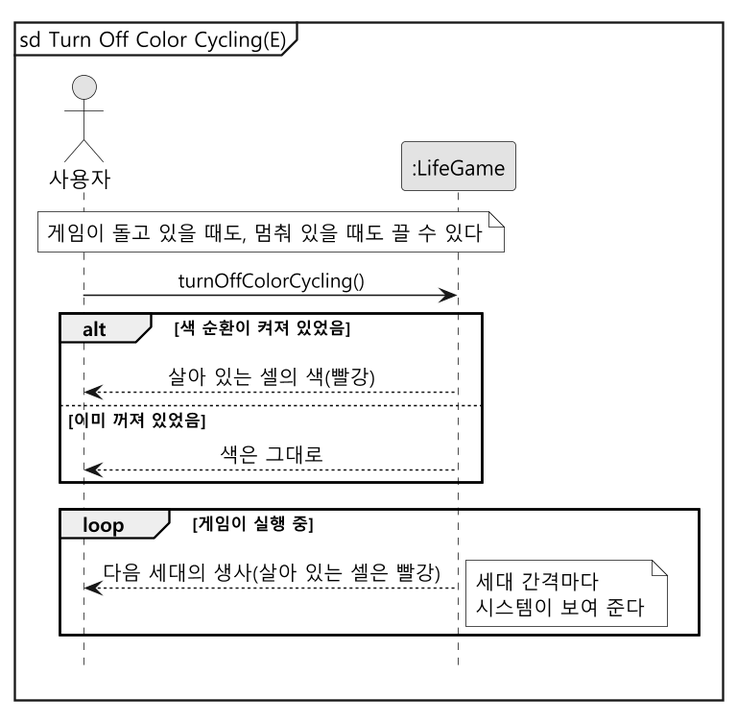
Before: docs/color-gen/diagrams/ssd-turn-off.png, a diagram exported from PlantUML (mckimR1972/DP_team_project).
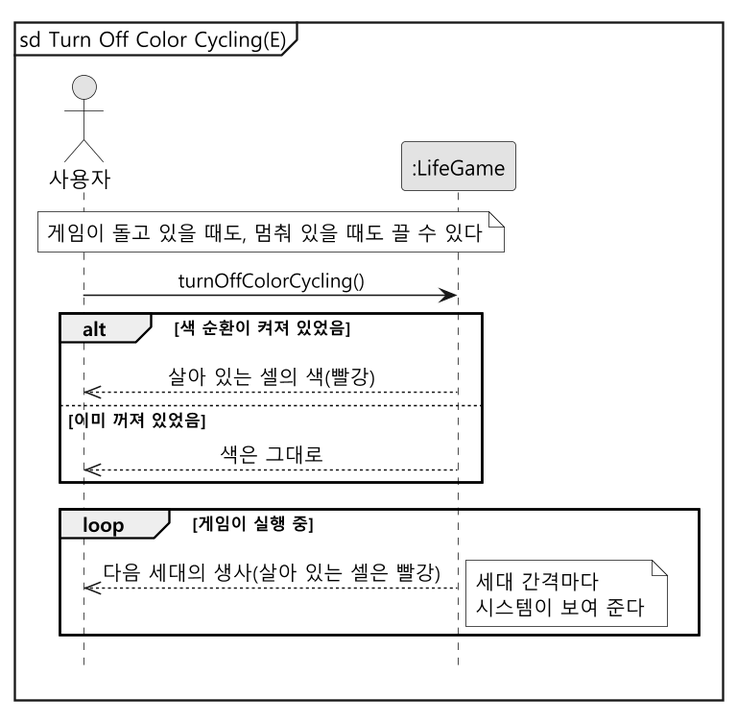
The same diagram one commit later.

What changed in the source:
```diff
@@ -14,13 +14,13 @@
 
 User -> System : turnOffColorCycling()
 alt 색 순환이 켜져 있었음
-  System --> User : 살아 있는 셀의 색(빨강)
+  System -->> User : 살아 있는 셀의 색(빨강)
 else 이미 꺼져 있었음
-  System --> User : 색은 그대로
+  System -->> User : 색은 그대로
 end
 
 loop 게임이 실행 중
-  System --> User : 다음 세대의 생사(살아 있는 셀은 빨강)
+  System -->> User : 다음 세대의 생사(살아 있는 셀은 빨강)
   note right : 세대 간격마다\n시스템이 보여 준다
 end
 @enduml
```
